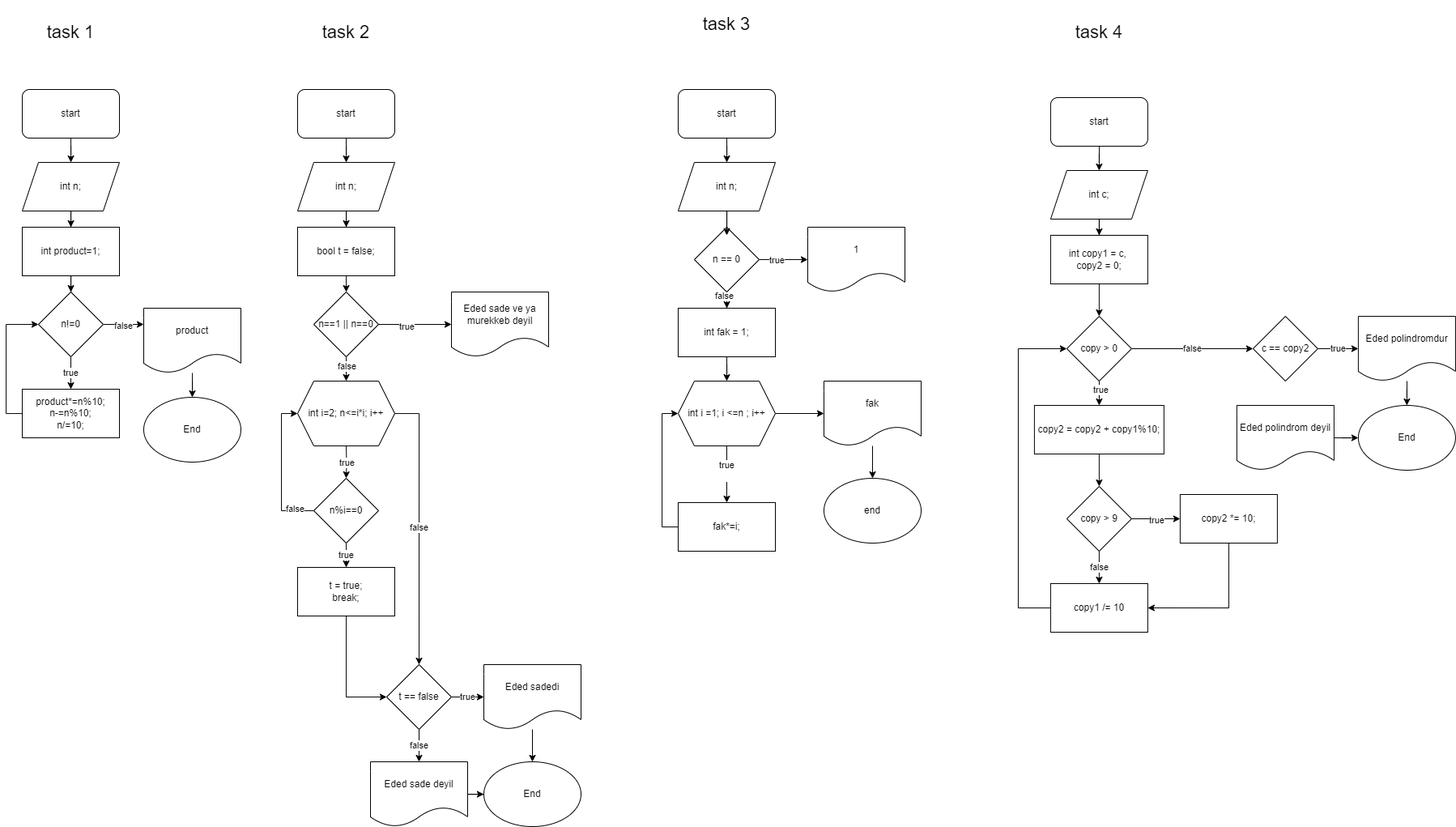
Earlier version of the draw.io export Task2/flowchart task 2.png (Rako024/BB207). Source tidied: cells renumbered, new cells last; positions are measured from the earlier drawing's top-left corner, leaving out a move shared by most shapes.
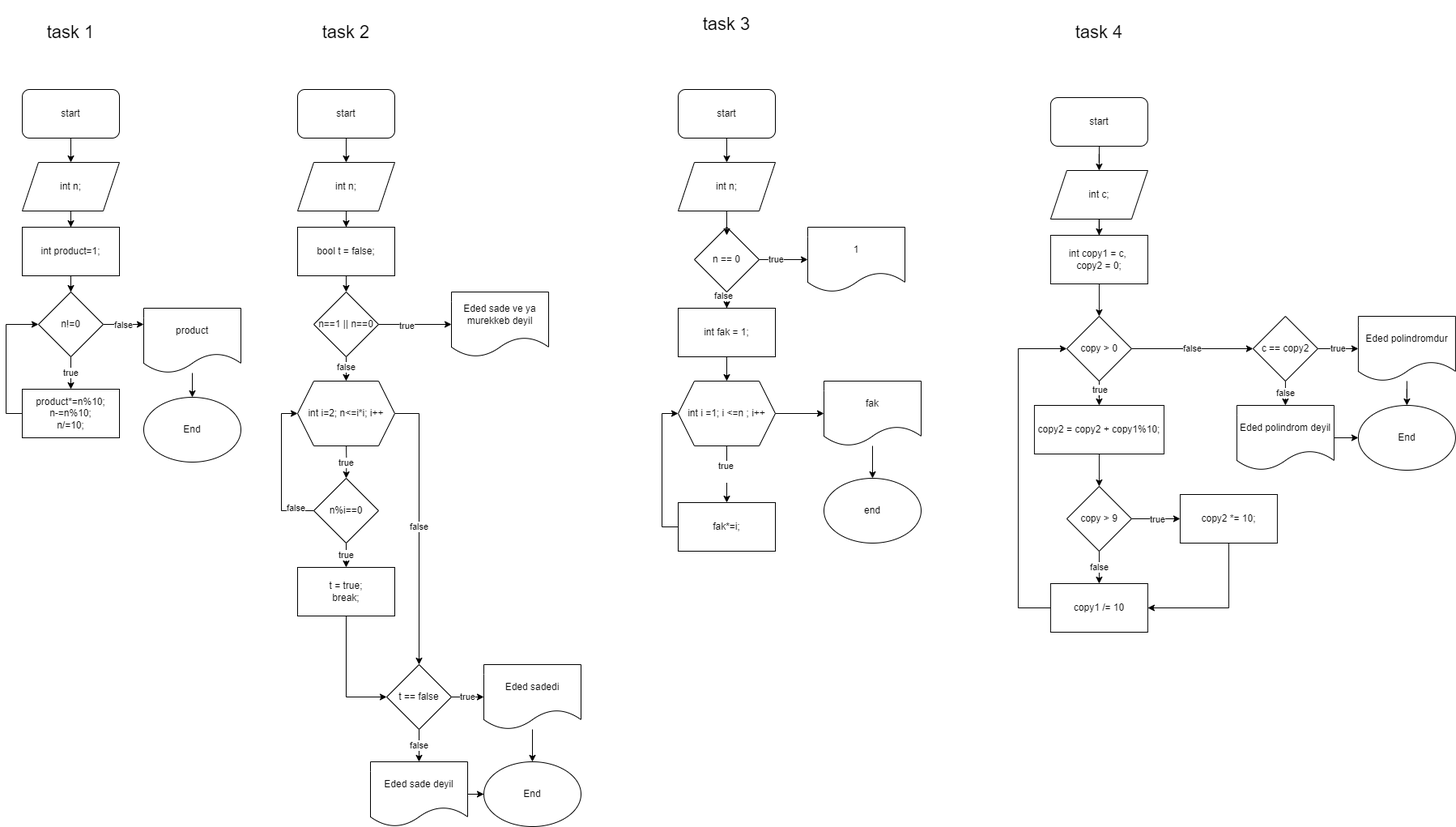
The same file after the commit.

Commit message:
10.03.2024 Task 2 completed end

The edit, as a diff of the source:
```diff
@@ -272,6 +272,9 @@
     <mxCell id="80" value="true" style="edgeStyle=orthogonalEdgeStyle;rounded=0;jettySize=auto;html=1;entryX=0;entryY=0.5;entryDx=0;entryDy=0;" parent="1" edge="1" source="81" target="83">
       <mxGeometry relative="1" as="geometry" />
     </mxCell>
+    <mxCell id="98" value="false" style="edgeStyle=orthogonalEdgeStyle;rounded=0;jettySize=auto;html=1;" parent="1" edge="1" source="81" target="85">
+      <mxGeometry relative="1" as="geometry" />
+    </mxCell>
     <mxCell id="81" value="c == copy2" style="rhombus;whiteSpace=wrap;html=1;" parent="1" vertex="1">
       <mxGeometry x="1539.9" y="390" width="80" height="80" as="geometry" />
     </mxCell>
```
